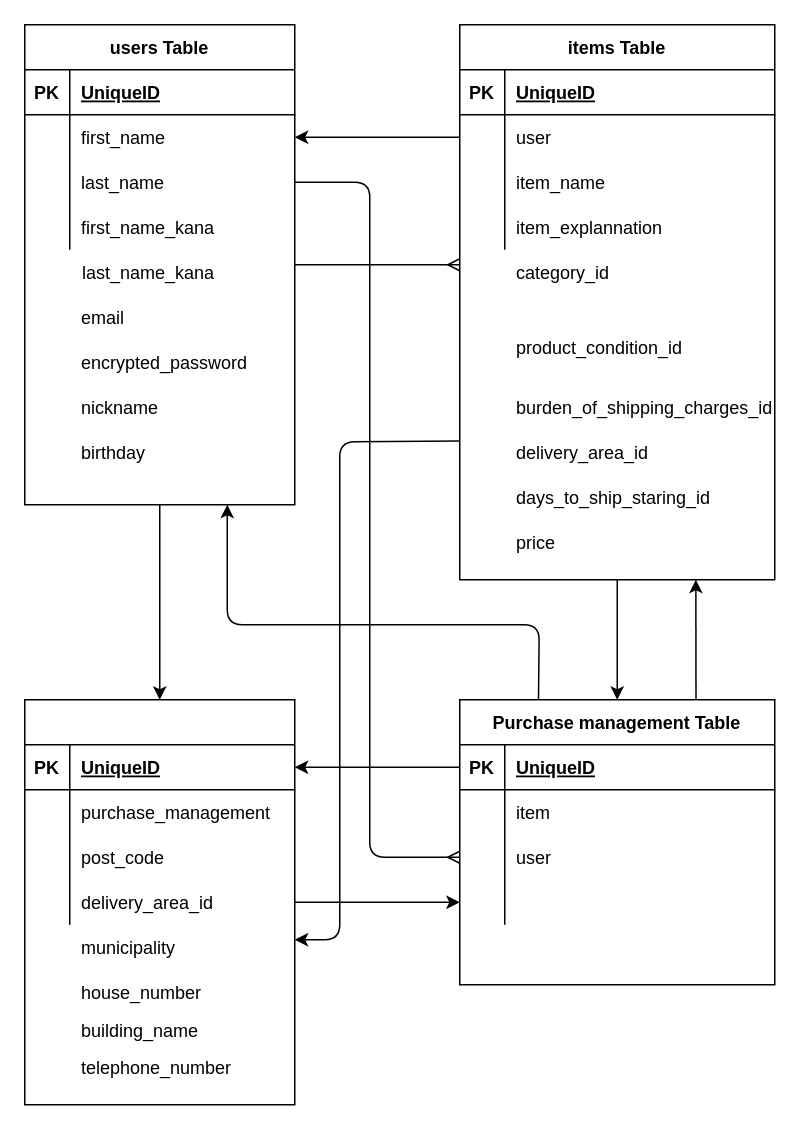
Above: furima.dio in ManomeYuya/furima-37532 (draw.io), before the change. Source tidied: cells renumbered, new cells numbered last; positions are measured from the earlier drawing's top-left corner, leaving out a move shared by most shapes. Both pictures are drawn from the tidied source at 150%, with x=0, y=0 at pixel (24, 24).
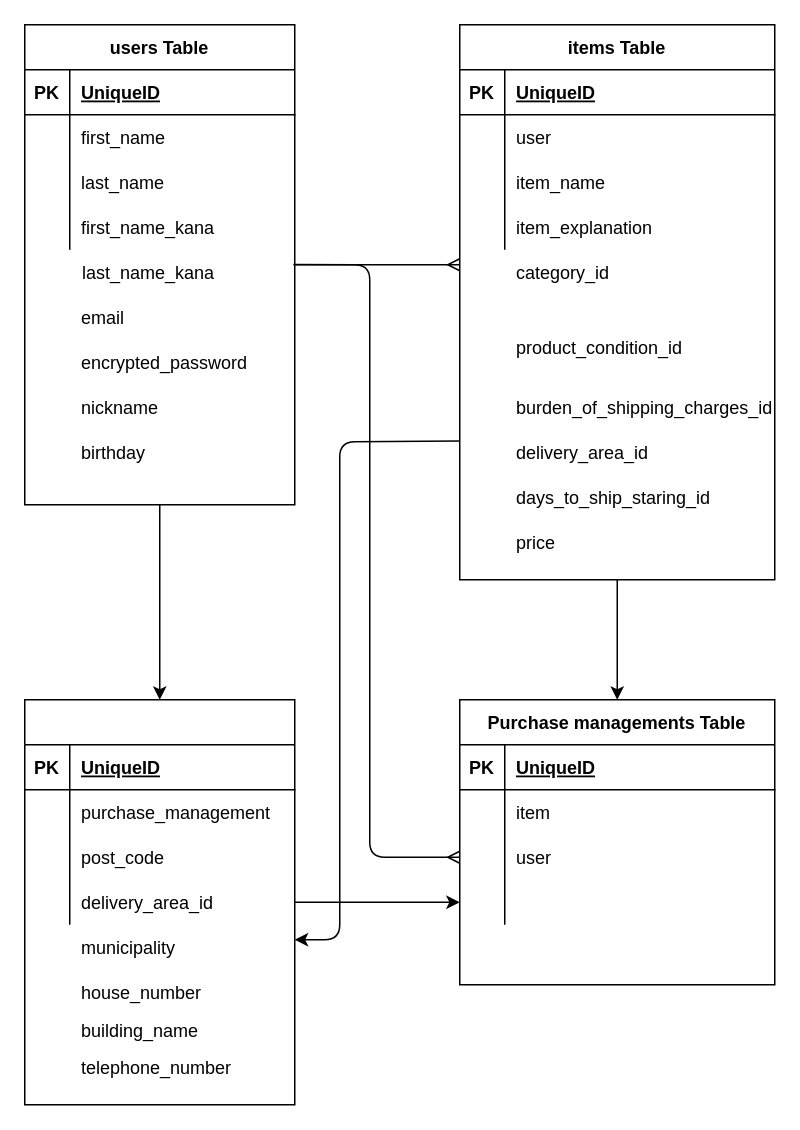
The same page after the edit.

Unchanged cells that the change refers to:
```xml
<mxCell id="4" value="users Table" style="shape=table;startSize=30;childLayout=tableLayout;rowLines=0;fontStyle=1;align=center;" parent="1" vertex="1">
  <mxGeometry width="180" height="320" as="geometry" />
</mxCell>
<mxCell id="8" style="shape=partialRectangle;fillColor=none;top=0;left=0;bottom=0;right=0;points=[[0,0.5],[1,0.5]];portConstraint=eastwest;" parent="4" vertex="1">
  <mxGeometry y="60" width="180" height="30" as="geometry" />
</mxCell>
<mxCell id="11" style="shape=partialRectangle;fillColor=none;top=0;left=0;bottom=0;right=0;points=[[0,0.5],[1,0.5]];portConstraint=eastwest;" parent="4" vertex="1">
  <mxGeometry y="90" width="180" height="30" as="geometry" />
</mxCell>
<mxCell id="25" style="shape=partialRectangle;fillColor=none;top=0;left=0;bottom=0;right=0;points=[[0,0.5],[1,0.5]];portConstraint=eastwest;" parent="21" vertex="1">
  <mxGeometry y="60" width="210" height="30" as="geometry" />
</mxCell>
<mxCell id="31" style="shape=partialRectangle;fillColor=none;top=0;left=0;bottom=0;right=0;" parent="21" vertex="1">
  <mxGeometry y="120" width="210" height="30" as="geometry" />
</mxCell>
<mxCell id="39" style="shape=partialRectangle;fillColor=none;top=0;left=0;bottom=1;right=0;points=[[0,0.5],[1,0.5]];portConstraint=eastwest;" parent="38" vertex="1">
  <mxGeometry y="30" width="210" height="30" as="geometry" />
</mxCell>
<mxCell id="45" style="shape=partialRectangle;fillColor=none;top=0;left=0;bottom=0;right=0;points=[[0,0.5],[1,0.5]];portConstraint=eastwest;" parent="38" vertex="1">
  <mxGeometry y="90" width="210" height="30" as="geometry" />
</mxCell>
<mxCell id="53" style="shape=partialRectangle;fillColor=none;top=0;left=0;bottom=1;right=0;points=[[0,0.5],[1,0.5]];portConstraint=eastwest;" parent="52" vertex="1">
  <mxGeometry y="30" width="180" height="30" as="geometry" />
</mxCell>
<mxCell id="70" style="shape=partialRectangle;fillColor=none;top=0;left=0;bottom=0;right=0;points=[[0,0.5],[1,0.5]];portConstraint=eastwest;" parent="1" vertex="1">
  <mxGeometry x="20" y="150" width="160" height="30" as="geometry" />
</mxCell>
```

The edit, as a diff of the source:
```diff
@@
-    <mxCell id="33" value="item_explannation" style="shape=partialRectangle;fillColor=none;top=0;left=0;bottom=0;right=0;align=left;spacingLeft=6;overflow=hidden;" parent="31" vertex="1">
+    <mxCell id="33" value="item_explanation" style="shape=partialRectangle;fillColor=none;top=0;left=0;bottom=0;right=0;align=left;spacingLeft=6;overflow=hidden;" parent="31" vertex="1">
       <mxGeometry x="30" width="180" height="30" as="geometry" />
     </mxCell>
@@
-    <mxCell id="36" style="edgeStyle=none;html=1;exitX=0.75;exitY=0;exitDx=0;exitDy=0;" parent="1" edge="1" source="38">
-      <mxGeometry relative="1" as="geometry">
-        <mxPoint x="447.4" y="370" as="targetPoint" />
-      </mxGeometry>
-    </mxCell>
-    <mxCell id="37" style="edgeStyle=none;html=1;exitX=0.25;exitY=0;exitDx=0;exitDy=0;entryX=0.75;entryY=1;entryDx=0;entryDy=0;" parent="1" edge="1" source="38" target="4">
-      <mxGeometry relative="1" as="geometry">
-        <Array as="points">
-          <mxPoint x="343" y="400" />
-          <mxPoint x="135" y="400" />
-        </Array>
-      </mxGeometry>
-    </mxCell>
-    <mxCell id="38" value="Purchase management Table" style="shape=table;startSize=30;childLayout=tableLayout;rowLines=0;fontStyle=1;align=center;" parent="1" vertex="1">
+    <mxCell id="38" value="Purchase managements Table" style="shape=table;startSize=30;childLayout=tableLayout;rowLines=0;fontStyle=1;align=center;" parent="1" vertex="1">
       <mxGeometry x="290" y="450" width="210" height="190" as="geometry" />
     </mxCell>
@@
-    <mxCell id="67" style="edgeStyle=none;html=1;fontColor=#FFFFFF;endArrow=ERmany;endFill=0;startSize=6;exitX=1;exitY=0.5;exitDx=0;exitDy=0;" parent="1" edge="1" source="11" target="45">
+    <mxCell id="67" style="edgeStyle=none;html=1;fontColor=#FFFFFF;endArrow=ERmany;endFill=0;startSize=6;exitX=0.994;exitY=0.325;exitDx=0;exitDy=0;exitPerimeter=0;" parent="1" edge="1" source="70" target="45">
       <mxGeometry relative="1" as="geometry">
         <Array as="points">
-          <mxPoint x="230" y="105" />
+          <mxPoint x="230" y="160" />
           <mxPoint x="230" y="555" />
         </Array>
       </mxGeometry>
     </mxCell>
-    <mxCell id="68" style="edgeStyle=none;html=1;exitX=0;exitY=0.5;exitDx=0;exitDy=0;entryX=1;entryY=0.5;entryDx=0;entryDy=0;fontColor=#FFFFFF;endArrow=classic;endFill=1;startSize=6;" parent="1" edge="1" source="25" target="8">
-      <mxGeometry relative="1" as="geometry" />
-    </mxCell>
@@
-    <mxCell id="84" style="edgeStyle=none;html=1;exitX=0;exitY=0.5;exitDx=0;exitDy=0;entryX=1;entryY=0.5;entryDx=0;entryDy=0;" parent="1" edge="1" source="39" target="53">
-      <mxGeometry relative="1" as="geometry" />
-    </mxCell>
```
